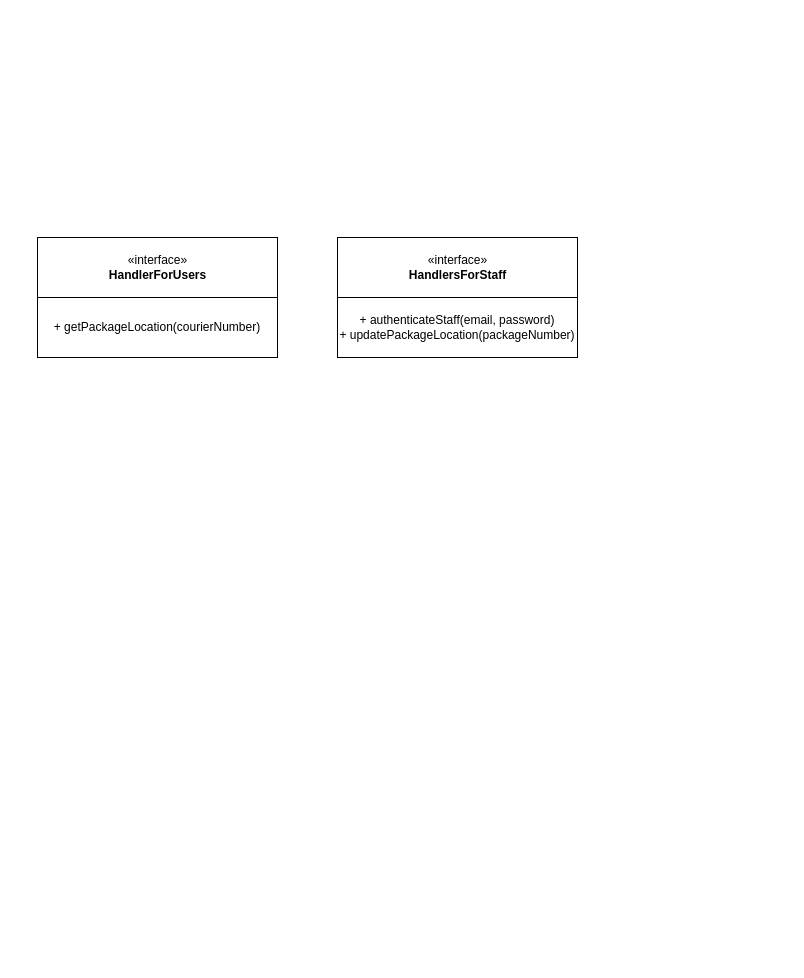
Earlier version of the draw.io diagram team42.drawio (abuwho/S22-Software-Systems-Analysis-and-Design). Source tidied: cells renumbered, new cells numbered last; positions are measured from the earlier drawing's top-left corner, leaving out a move shared by most shapes. Both pictures are drawn from the tidied source at 100%, with x=0, y=0 at pixel (37, 237).
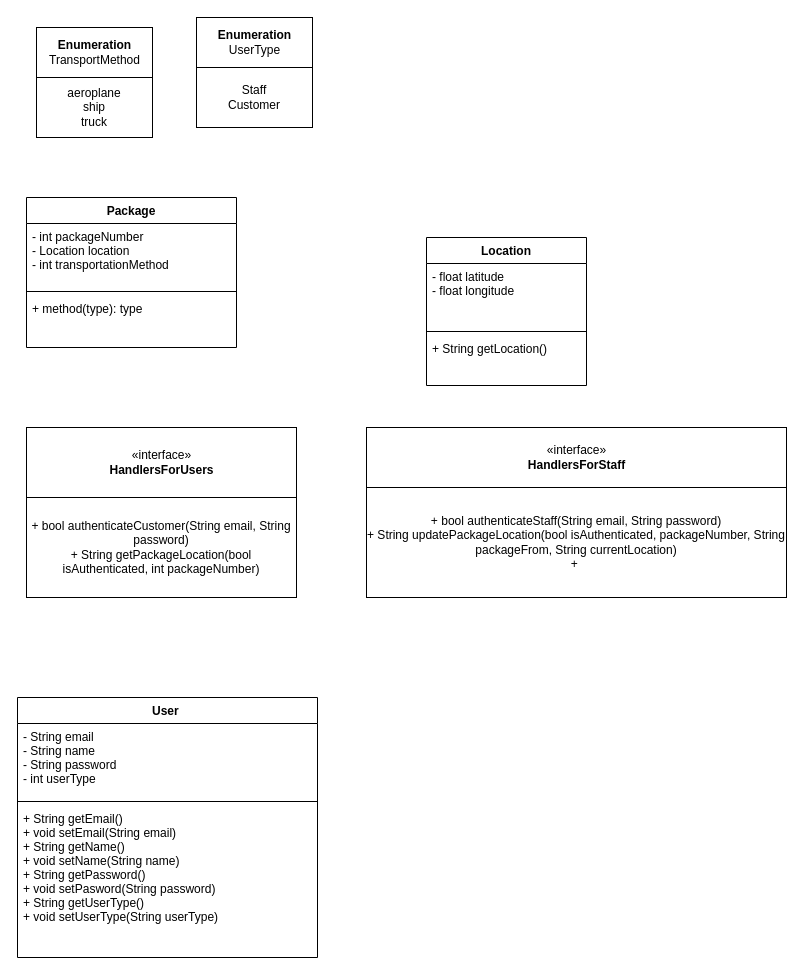
The same diagram, later.

Diff of the diagram source:
```diff
@@
     <mxCell id="2" style="group;" parent="1" vertex="1">
-      <mxGeometry width="240" height="120" as="geometry" />
+      <mxGeometry width="250" height="170" as="geometry" />
     </mxCell>
-    <mxCell id="3" value="«interface»&lt;br&gt;&lt;b&gt;HandlerForUsers&lt;/b&gt;" style="html=1;" parent="2" vertex="1">
-      <mxGeometry width="240" height="60" as="geometry" />
+    <mxCell id="3" value="«interface»&lt;br&gt;&lt;b&gt;HandlersForUsers&lt;/b&gt;" style="html=1;" parent="2" vertex="1">
+      <mxGeometry x="-11" y="190" width="270" height="70" as="geometry" />
     </mxCell>
-    <mxCell id="4" value="+ getPackageLocation(courierNumber)" style="rounded=0;whiteSpace=wrap;html=1;" parent="2" vertex="1">
-      <mxGeometry y="60" width="240" height="60" as="geometry" />
+    <mxCell id="4" value="+ bool authenticateCustomer(String email, String password)&lt;br&gt;+ String getPackageLocation(bool isAuthenticated, int packageNumber)" style="rounded=0;whiteSpace=wrap;html=1;" parent="2" vertex="1">
+      <mxGeometry x="-11" y="260" width="270" height="100" as="geometry" />
     </mxCell>
     <mxCell id="5" style="group;" parent="1" vertex="1">
-      <mxGeometry x="300" width="240" height="120" as="geometry" />
+      <mxGeometry x="329" y="190" width="420" height="170" as="geometry" />
     </mxCell>
     <mxCell id="6" value="«interface»&lt;br&gt;&lt;b&gt;HandlersForStaff&lt;/b&gt;" style="html=1;" parent="5" vertex="1">
-      <mxGeometry width="240" height="60" as="geometry" />
+      <mxGeometry width="420" height="60" as="geometry" />
     </mxCell>
-    <mxCell id="7" value="+ authenticateStaff(email, password)&lt;br&gt;+ updatePackageLocation(packageNumber)" style="rounded=0;whiteSpace=wrap;html=1;" parent="5" vertex="1">
-      <mxGeometry y="60" width="240" height="60" as="geometry" />
+    <mxCell id="7" value="+ bool authenticateStaff(String email, String password)&lt;br&gt;+ String updatePackageLocation(bool isAuthenticated, packageNumber, String packageFrom, String currentLocation)&lt;br&gt;+&amp;nbsp;" style="rounded=0;whiteSpace=wrap;html=1;" parent="5" vertex="1">
+      <mxGeometry y="60" width="420" height="110" as="geometry" />
     </mxCell>
+    <mxCell id="8" value="Package" style="swimlane;fontStyle=1;align=center;verticalAlign=top;horizontal=1;startSize=26;" parent="1" vertex="1">
+      <mxGeometry x="-11" y="-40" width="210" height="150" as="geometry" />
+    </mxCell>
+    <mxCell id="9" value="- int packageNumber&#10;- Location location&#10;- int transportationMethod" style="text;strokeColor=none;fillColor=none;align=left;verticalAlign=top;spacingLeft=4;spacingRight=4;overflow=hidden;" parent="8" vertex="1">
+      <mxGeometry y="26" width="210" height="64" as="geometry" />
+    </mxCell>
+    <mxCell id="10" style="line;strokeWidth=1;fillColor=none;align=left;verticalAlign=middle;spacingTop=-1;spacingLeft=3;spacingRight=3;labelPosition=right;" parent="8" vertex="1">
+      <mxGeometry y="90" width="210" height="8" as="geometry" />
+    </mxCell>
+    <mxCell id="11" value="+ method(type): type" style="text;strokeColor=none;fillColor=none;align=left;verticalAlign=top;spacingLeft=4;spacingRight=4;overflow=hidden;" parent="8" vertex="1">
+      <mxGeometry y="98" width="210" height="52" as="geometry" />
+    </mxCell>
+    <mxCell id="12" value="Location" style="swimlane;fontStyle=1;align=center;verticalAlign=top;horizontal=1;startSize=26;" parent="1" vertex="1">
+      <mxGeometry x="389" width="160" height="148" as="geometry" />
+    </mxCell>
+    <mxCell id="13" value="- float latitude&#10;- float longitude" style="text;strokeColor=none;fillColor=none;align=left;verticalAlign=top;spacingLeft=4;spacingRight=4;overflow=hidden;" parent="12" vertex="1">
+      <mxGeometry y="26" width="160" height="64" as="geometry" />
+    </mxCell>
+    <mxCell id="14" style="line;strokeWidth=1;fillColor=none;align=left;verticalAlign=middle;spacingTop=-1;spacingLeft=3;spacingRight=3;labelPosition=right;" parent="12" vertex="1">
+      <mxGeometry y="90" width="160" height="8" as="geometry" />
+    </mxCell>
+    <mxCell id="15" value="+ String getLocation()" style="text;strokeColor=none;fillColor=none;align=left;verticalAlign=top;spacingLeft=4;spacingRight=4;overflow=hidden;" parent="12" vertex="1">
+      <mxGeometry y="98" width="160" height="50" as="geometry" />
+    </mxCell>
+    <mxCell id="16" value="User " style="swimlane;fontStyle=1;align=center;verticalAlign=top;horizontal=1;startSize=26;" parent="1" vertex="1">
+      <mxGeometry x="-20" y="460" width="300" height="260" as="geometry" />
+    </mxCell>
+    <mxCell id="17" value="- String email&#10;- String name&#10;- String password&#10;- int userType&#10;" style="text;strokeColor=none;fillColor=none;align=left;verticalAlign=top;spacingLeft=4;spacingRight=4;overflow=hidden;" parent="16" vertex="1">
+      <mxGeometry y="26" width="300" height="74" as="geometry" />
+    </mxCell>
+    <mxCell id="18" style="line;strokeWidth=1;fillColor=none;align=left;verticalAlign=middle;spacingTop=-1;spacingLeft=3;spacingRight=3;labelPosition=right;" parent="16" vertex="1">
+      <mxGeometry y="100" width="300" height="8" as="geometry" />
+    </mxCell>
+    <mxCell id="19" value="+ String getEmail()&#10;+ void setEmail(String email)&#10;+ String getName()&#10;+ void setName(String name)&#10;+ String getPassword()&#10;+ void setPasword(String password)&#10;+ String getUserType()&#10;+ void setUserType(String userType)" style="text;strokeColor=none;fillColor=none;align=left;verticalAlign=top;spacingLeft=4;spacingRight=4;overflow=hidden;" parent="16" vertex="1">
+      <mxGeometry y="108" width="300" height="152" as="geometry" />
+    </mxCell>
+    <mxCell id="20" style="group;" parent="1" vertex="1">
+      <mxGeometry x="-1" y="-210" width="116" height="110" as="geometry" />
+    </mxCell>
+    <mxCell id="21" value="&lt;b&gt;Enumeration&lt;/b&gt;&lt;br&gt;TransportMethod" style="html=1;" parent="20" vertex="1">
+      <mxGeometry width="116" height="50" as="geometry" />
+    </mxCell>
+    <mxCell id="22" value="aeroplane&lt;br&gt;ship&lt;br&gt;truck" style="whiteSpace=wrap;html=1;" parent="20" vertex="1">
+      <mxGeometry y="50" width="116" height="60" as="geometry" />
+    </mxCell>
+    <mxCell id="23" style="group;" parent="1" vertex="1">
+      <mxGeometry x="159" y="-220" width="116" height="110" as="geometry" />
+    </mxCell>
+    <mxCell id="24" value="&lt;b&gt;Enumeration&lt;/b&gt;&lt;br&gt;UserType" style="html=1;" parent="23" vertex="1">
+      <mxGeometry width="116" height="50" as="geometry" />
+    </mxCell>
+    <mxCell id="25" value="Staff&lt;br&gt;Customer" style="whiteSpace=wrap;html=1;" parent="23" vertex="1">
+      <mxGeometry y="50" width="116" height="60" as="geometry" />
+    </mxCell>
```
